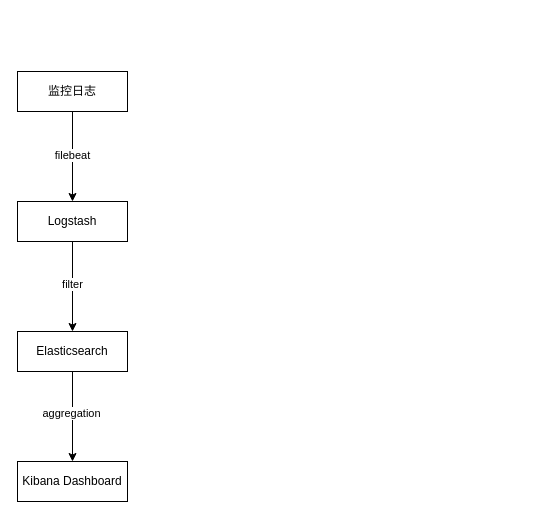
The draw.io diagram 对码/elverse-monitoring.drawio in XiaoLiuAI/diagrams, before the edit. Source tidied: cells renumbered, new cells numbered last; positions are measured from the earlier drawing's top-left corner, leaving out a move shared by most shapes. Both pictures are drawn from the tidied source at 100%, with x=0, y=0 at pixel (17, 71).
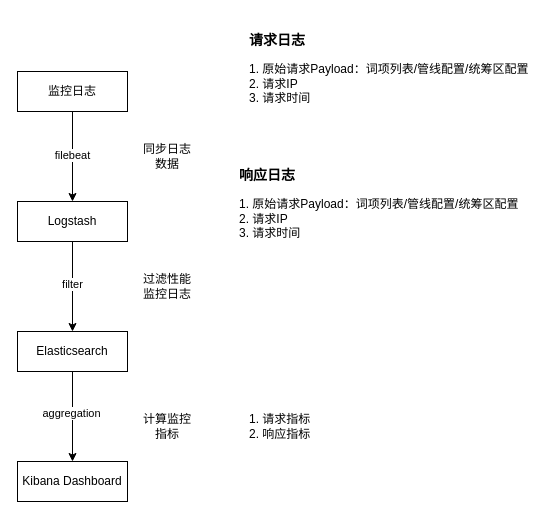
The same diagram, later.

The edit, as a diff of the source:
```diff
@@
 <mxGraphModel>
   <root>
     <mxCell id="0" />
     <mxCell id="1" parent="0" />
     <mxCell id="2" style="edgeStyle=orthogonalEdgeStyle;rounded=0;jettySize=auto;html=1;entryX=0.5;entryY=0;entryDx=0;entryDy=0;" parent="1" edge="1" source="4" target="7">
       <mxGeometry relative="1" as="geometry" />
     </mxCell>
     <mxCell id="3" value="filebeat" style="edgeLabel;html=1;align=center;verticalAlign=middle;" parent="2" vertex="1">
       <mxGeometry x="-0.04" y="-1" relative="1" as="geometry" />
     </mxCell>
     <mxCell id="4" value="监控日志" style="rounded=0;whiteSpace=wrap;html=1;" parent="1" vertex="1">
       <mxGeometry width="110" height="40" as="geometry" />
     </mxCell>
     <mxCell id="5" style="edgeStyle=orthogonalEdgeStyle;rounded=0;jettySize=auto;html=1;entryX=0.5;entryY=0;entryDx=0;entryDy=0;" parent="1" edge="1" source="7" target="10">
       <mxGeometry relative="1" as="geometry" />
     </mxCell>
     <mxCell id="6" value="filter" style="edgeLabel;html=1;align=center;verticalAlign=middle;" parent="5" vertex="1">
       <mxGeometry x="-0.07" y="-1" relative="1" as="geometry" />
     </mxCell>
     <mxCell id="7" value="Logstash" style="rounded=0;whiteSpace=wrap;html=1;" parent="1" vertex="1">
       <mxGeometry y="130" width="110" height="40" as="geometry" />
     </mxCell>
     <mxCell id="8" style="edgeStyle=orthogonalEdgeStyle;rounded=0;jettySize=auto;html=1;" parent="1" edge="1" source="10" target="11">
       <mxGeometry relative="1" as="geometry" />
     </mxCell>
     <mxCell id="9" value="aggregation" style="edgeLabel;html=1;align=center;verticalAlign=middle;" parent="8" vertex="1">
       <mxGeometry x="-0.09" y="-2" relative="1" as="geometry" />
     </mxCell>
     <mxCell id="10" value="Elasticsearch" style="rounded=0;whiteSpace=wrap;html=1;" parent="1" vertex="1">
       <mxGeometry y="260" width="110" height="40" as="geometry" />
     </mxCell>
     <mxCell id="11" value="Kibana Dashboard" style="rounded=0;whiteSpace=wrap;html=1;" parent="1" vertex="1">
       <mxGeometry y="390" width="110" height="40" as="geometry" />
     </mxCell>
+    <mxCell id="12" value="过滤性能监控日志" style="text;html=1;strokeColor=none;fillColor=none;align=center;verticalAlign=middle;whiteSpace=wrap;rounded=0;" parent="1" vertex="1">
+      <mxGeometry x="120" y="200" width="60" height="30" as="geometry" />
+    </mxCell>
+    <mxCell id="13" value="计算监控指标" style="text;html=1;strokeColor=none;fillColor=none;align=center;verticalAlign=middle;whiteSpace=wrap;rounded=0;" parent="1" vertex="1">
+      <mxGeometry x="120" y="340" width="60" height="30" as="geometry" />
+    </mxCell>
+    <mxCell id="14" value="同步日志数据" style="text;html=1;strokeColor=none;fillColor=none;align=center;verticalAlign=middle;whiteSpace=wrap;rounded=0;" parent="1" vertex="1">
+      <mxGeometry x="120" y="70" width="60" height="30" as="geometry" />
+    </mxCell>
+    <mxCell id="15" value="&lt;h3&gt;请求日志&lt;/h3&gt;1. 原始请求Payload：&lt;span style=&quot;background-color: initial;&quot;&gt;词项列表/管线配置/统筹区配置&lt;/span&gt;&lt;br&gt;2. 请求IP&lt;br&gt;3. 请求时间" style="text;html=1;strokeColor=none;fillColor=none;align=left;verticalAlign=middle;whiteSpace=wrap;rounded=0;" parent="1" vertex="1">
+      <mxGeometry x="230" y="-40" width="285" height="60" as="geometry" />
+    </mxCell>
+    <mxCell id="16" value="1. 请求指标&lt;br&gt;2. 响应指标" style="text;html=1;strokeColor=none;fillColor=none;align=left;verticalAlign=middle;whiteSpace=wrap;rounded=0;" parent="1" vertex="1">
+      <mxGeometry x="230" y="325" width="285" height="60" as="geometry" />
+    </mxCell>
+    <mxCell id="17" value="&lt;h3&gt;响应日志&lt;/h3&gt;1. 原始请求Payload：&lt;span style=&quot;background-color: initial;&quot;&gt;词项列表/管线配置/统筹区配置&lt;/span&gt;&lt;br&gt;2. 请求IP&lt;br&gt;3. 请求时间" style="text;html=1;strokeColor=none;fillColor=none;align=left;verticalAlign=middle;whiteSpace=wrap;rounded=0;" parent="1" vertex="1">
+      <mxGeometry x="220" y="80" width="285" height="90" as="geometry" />
+    </mxCell>
   </root>
 </mxGraphModel>
```
